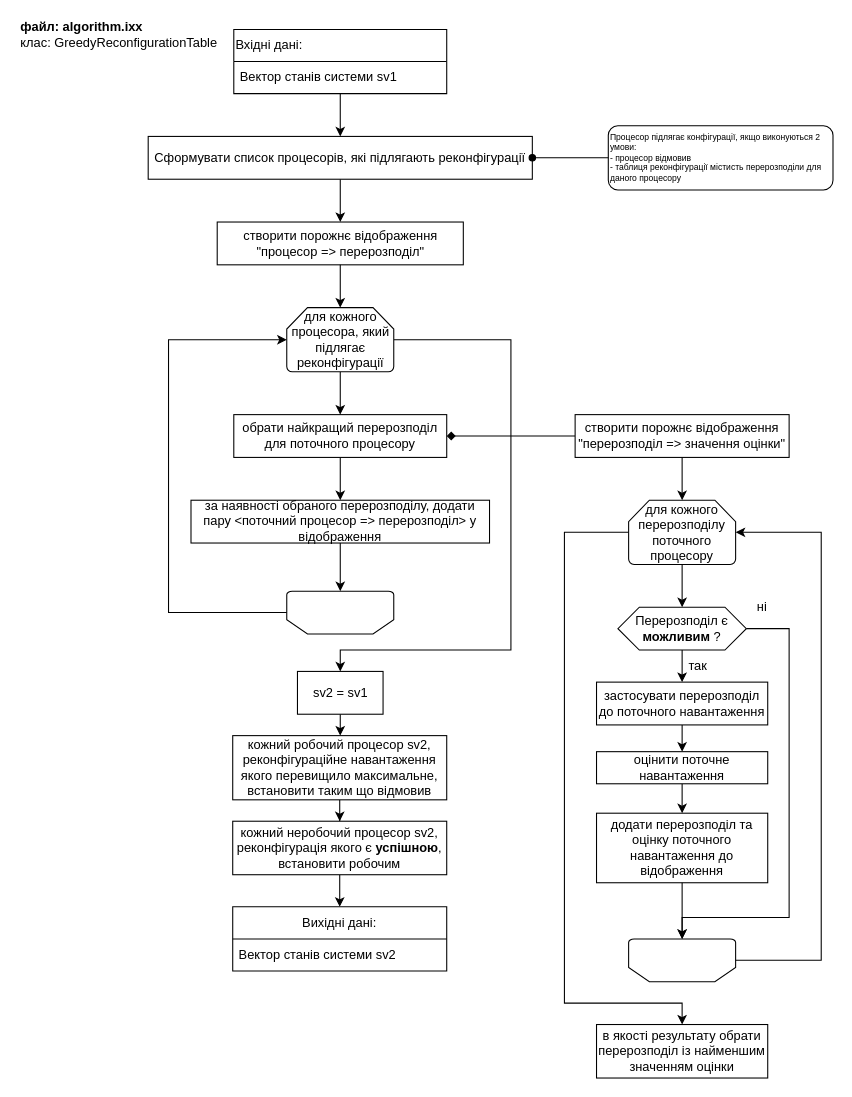
Bohdan628318ylypchenko/SchemeReliability keeps this draw.io diagram as звіт/жадібний алгоритм реконфігурації.drawio. Above is the earlier version. Source tidied: cells renumbered, new cells numbered last; positions are measured from the earlier drawing's top-left corner, leaving out a move shared by most shapes. Both pictures are drawn from the tidied source at 107%, with x=0, y=0 at pixel (18, 18).
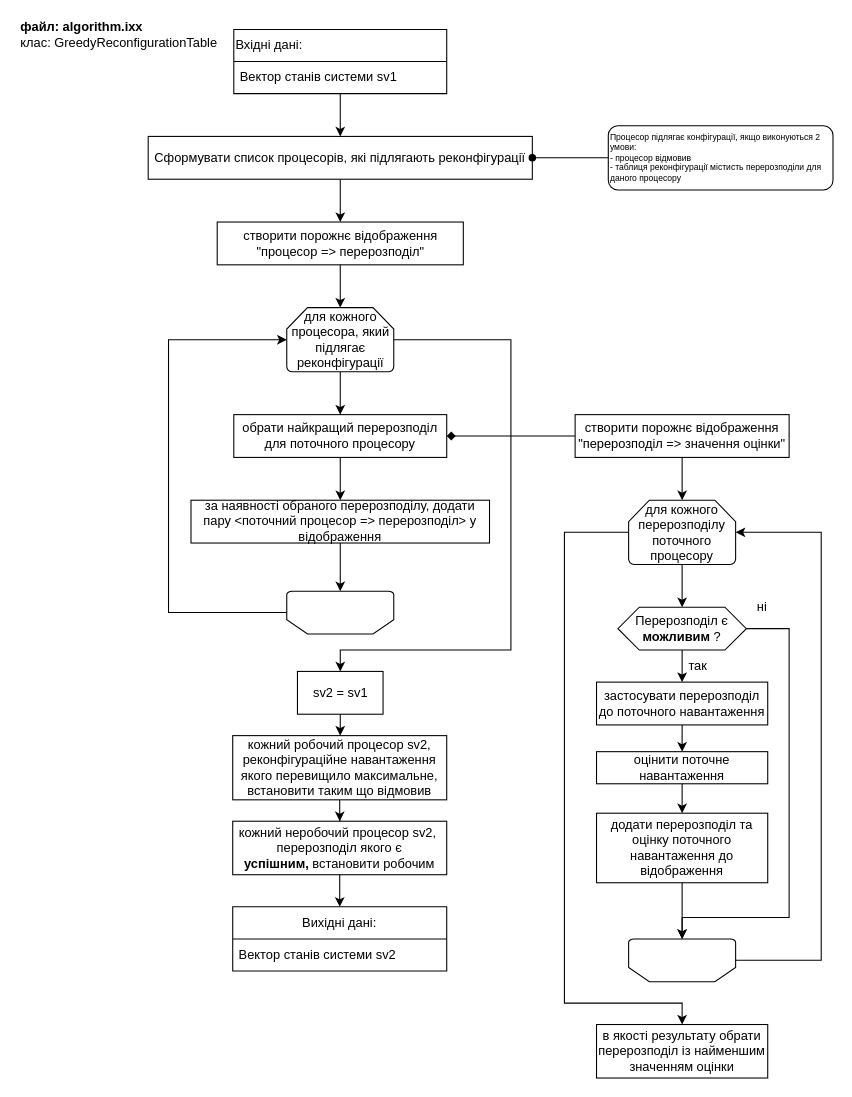
After the change.

What changed in the source:
```diff
@@
-    <mxCell id="24" value="кожний неробочий процесор sv2, реконфігурація якого є &lt;b&gt;успішною&lt;/b&gt;, встановити робочим" style="rounded=0;whiteSpace=wrap;html=1;" parent="1" vertex="1">
+    <mxCell id="24" value="кожний неробочий процесор sv2,&amp;nbsp; перерозподіл якого є &lt;b&gt;успішним,&amp;nbsp;&lt;/b&gt;встановити робочим" style="rounded=0;whiteSpace=wrap;html=1;" parent="1" vertex="1">
       <mxGeometry x="200" y="750" width="200" height="50" as="geometry" />
     </mxCell>
```
